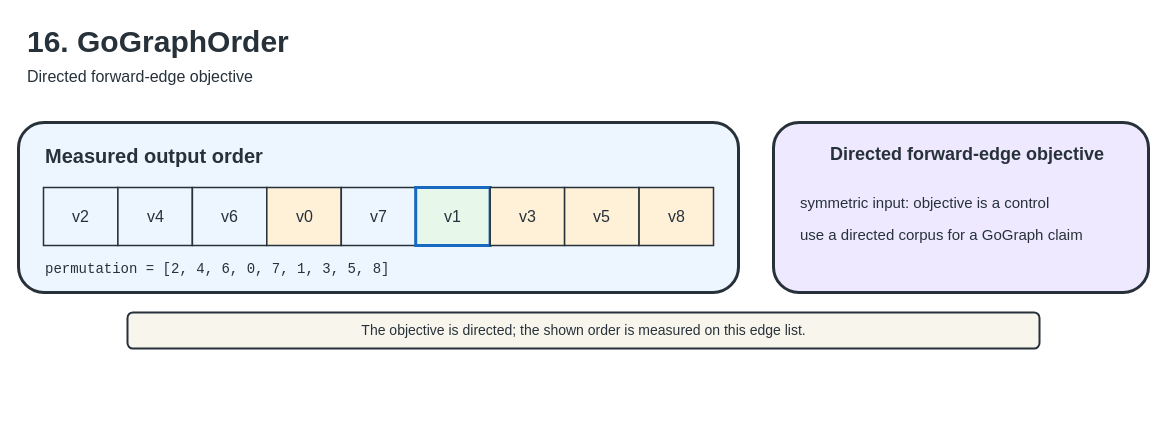
Before: docs/figures/editable/16-gographorder.drawio in UVA-LavaLab/GraphBrew, a draw.io diagram. Source tidied: cells renumbered, new cells numbered last; positions are measured from the earlier drawing's top-left corner, leaving out a move shared by most shapes. Both pictures are drawn from the tidied source at 100%, with x=0, y=0 at pixel (18, 17).
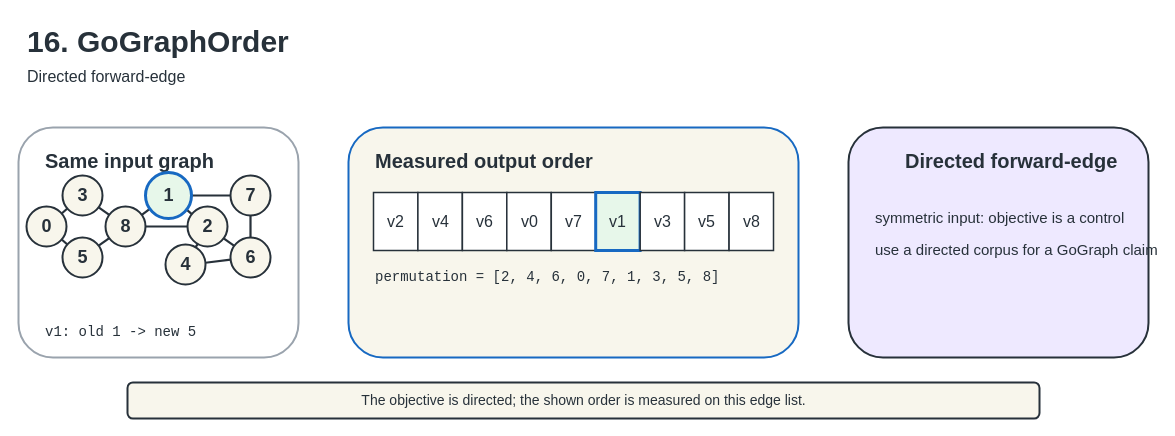
The same page after the edit.

Diff of the diagram source:
```diff
@@
-    <mxCell id="3" value="Directed forward-edge objective" style="text;html=1;strokeColor=none;fillColor=none;fontSize=16;fontColor=#27313A;" parent="1" vertex="1">
+    <mxCell id="3" value="Directed forward-edge" style="text;html=1;strokeColor=none;fillColor=none;fontSize=16;fontColor=#27313A;" parent="1" vertex="1">
       <mxGeometry x="7" y="43" width="1050" height="28" as="geometry" />
     </mxCell>
+    <mxCell id="21" style="rounded=1;html=1;fillColor=#FFFFFF;strokeColor=#9AA3AD;strokeWidth=2;" parent="1" vertex="1">
+      <mxGeometry y="110" width="280" height="230" as="geometry" />
+    </mxCell>
-    <mxCell id="4" style="rounded=1;html=1;fillColor=#EDF5FF;strokeColor=#27313A;strokeWidth=3;" parent="1" vertex="1">
-      <mxGeometry y="105" width="720" height="170" as="geometry" />
+    <mxCell id="4" style="rounded=1;html=1;fillColor=#F8F6EC;strokeColor=#1769C2;strokeWidth=2;" parent="1" vertex="1">
+      <mxGeometry x="330" y="110" width="450" height="230" as="geometry" />
     </mxCell>
-    <mxCell id="5" style="rounded=1;html=1;fillColor=#EEE9FF;strokeColor=#27313A;strokeWidth=3;" parent="1" vertex="1">
-      <mxGeometry x="755" y="105" width="375" height="170" as="geometry" />
+    <mxCell id="5" style="rounded=1;html=1;fillColor=#EEE9FF;strokeColor=#27313A;strokeWidth=2;" parent="1" vertex="1">
+      <mxGeometry x="830" y="110" width="300" height="230" as="geometry" />
     </mxCell>
+    <mxCell id="22" value="Same input graph" style="text;html=1;strokeColor=none;fillColor=none;fontSize=20;fontStyle=1;fontColor=#27313A;" parent="1" vertex="1">
+      <mxGeometry x="25" y="125" width="220" height="35" as="geometry" />
+    </mxCell>
     <mxCell id="6" value="Measured output order" style="text;html=1;strokeColor=none;fillColor=none;fontSize=20;fontStyle=1;fontColor=#27313A;" parent="1" vertex="1">
-      <mxGeometry x="25" y="120" width="300" height="35" as="geometry" />
+      <mxGeometry x="355" y="125" width="300" height="35" as="geometry" />
     </mxCell>
-    <mxCell id="7" value="Directed forward-edge objective" style="text;html=1;strokeColor=none;fillColor=none;fontSize=18;fontStyle=1;fontColor=#27313A;" parent="1" vertex="1">
-      <mxGeometry x="810" y="120" width="300" height="35" as="geometry" />
+    <mxCell id="7" value="Directed forward-edge" style="text;html=1;strokeColor=none;fillColor=none;fontSize=20;fontStyle=1;fontColor=#27313A;" parent="1" vertex="1">
+      <mxGeometry x="885" y="125" width="220" height="35" as="geometry" />
     </mxCell>
     <mxCell id="8" value="The objective is directed; the shown order is measured on this edge list." style="rounded=1;html=1;fillColor=#F8F6EC;strokeColor=#27313A;strokeWidth=2;fontSize=14;fontColor=#27313A;align=center;" parent="1" vertex="1">
-      <mxGeometry x="109" y="295" width="912" height="36" as="geometry" />
+      <mxGeometry x="109" y="365" width="912" height="36" as="geometry" />
     </mxCell>
+    <mxCell id="23" style="endArrow=none;html=1;rounded=0;strokeColor=#27313A;strokeWidth=2.2;" parent="1" edge="1" source="35" target="38">
+      <mxGeometry relative="1" as="geometry" />
+    </mxCell>
+    <mxCell id="24" style="endArrow=none;html=1;rounded=0;strokeColor=#27313A;strokeWidth=2.2;" parent="1" edge="1" source="35" target="40">
+      <mxGeometry relative="1" as="geometry" />
+    </mxCell>
+    <mxCell id="25" style="endArrow=none;html=1;rounded=0;strokeColor=#27313A;strokeWidth=2.2;" parent="1" edge="1" source="38" target="43">
+      <mxGeometry relative="1" as="geometry" />
+    </mxCell>
+    <mxCell id="26" style="endArrow=none;html=1;rounded=0;strokeColor=#27313A;strokeWidth=2.2;" parent="1" edge="1" source="40" target="43">
+      <mxGeometry relative="1" as="geometry" />
+    </mxCell>
+    <mxCell id="27" style="endArrow=none;html=1;rounded=0;strokeColor=#27313A;strokeWidth=2.2;" parent="1" edge="1" source="43" target="36">
+      <mxGeometry relative="1" as="geometry" />
+    </mxCell>
+    <mxCell id="28" style="endArrow=none;html=1;rounded=0;strokeColor=#27313A;strokeWidth=2.2;" parent="1" edge="1" source="43" target="37">
+      <mxGeometry relative="1" as="geometry" />
+    </mxCell>
+    <mxCell id="29" style="endArrow=none;html=1;rounded=0;strokeColor=#27313A;strokeWidth=2.2;" parent="1" edge="1" source="36" target="37">
+      <mxGeometry relative="1" as="geometry" />
+    </mxCell>
+    <mxCell id="30" style="endArrow=none;html=1;rounded=0;strokeColor=#27313A;strokeWidth=2.2;" parent="1" edge="1" source="36" target="42">
+      <mxGeometry relative="1" as="geometry" />
+    </mxCell>
+    <mxCell id="31" style="endArrow=none;html=1;rounded=0;strokeColor=#27313A;strokeWidth=2.2;" parent="1" edge="1" source="37" target="39">
+      <mxGeometry relative="1" as="geometry" />
+    </mxCell>
+    <mxCell id="32" style="endArrow=none;html=1;rounded=0;strokeColor=#27313A;strokeWidth=2.2;" parent="1" edge="1" source="37" target="41">
+      <mxGeometry relative="1" as="geometry" />
+    </mxCell>
+    <mxCell id="33" style="endArrow=none;html=1;rounded=0;strokeColor=#27313A;strokeWidth=2.2;" parent="1" edge="1" source="39" target="41">
+      <mxGeometry relative="1" as="geometry" />
+    </mxCell>
+    <mxCell id="34" style="endArrow=none;html=1;rounded=0;strokeColor=#27313A;strokeWidth=2.2;" parent="1" edge="1" source="41" target="42">
+      <mxGeometry relative="1" as="geometry" />
+    </mxCell>
+    <mxCell id="35" value="0" style="ellipse;html=1;align=center;fillColor=#F8F6EC;strokeColor=#27313A;strokeWidth=2;fontSize=18;fontStyle=1;fontColor=#27313A;" parent="1" vertex="1">
+      <mxGeometry x="8" y="189" width="40" height="40" as="geometry" />
+    </mxCell>
+    <mxCell id="36" value="1" style="ellipse;html=1;align=center;fillColor=#E7F7EA;strokeColor=#1769C2;strokeWidth=3;fontSize=18;fontStyle=1;fontColor=#27313A;" parent="1" vertex="1">
+      <mxGeometry x="127" y="155" width="46" height="46" as="geometry" />
+    </mxCell>
+    <mxCell id="37" value="2" style="ellipse;html=1;align=center;fillColor=#F8F6EC;strokeColor=#27313A;strokeWidth=2;fontSize=18;fontStyle=1;fontColor=#27313A;" parent="1" vertex="1">
+      <mxGeometry x="169" y="189" width="40" height="40" as="geometry" />
+    </mxCell>
+    <mxCell id="38" value="3" style="ellipse;html=1;align=center;fillColor=#F8F6EC;strokeColor=#27313A;strokeWidth=2;fontSize=18;fontStyle=1;fontColor=#27313A;" parent="1" vertex="1">
+      <mxGeometry x="44" y="158" width="40" height="40" as="geometry" />
+    </mxCell>
+    <mxCell id="39" value="4" style="ellipse;html=1;align=center;fillColor=#F8F6EC;strokeColor=#27313A;strokeWidth=2;fontSize=18;fontStyle=1;fontColor=#27313A;" parent="1" vertex="1">
+      <mxGeometry x="147" y="227" width="40" height="40" as="geometry" />
+    </mxCell>
+    <mxCell id="40" value="5" style="ellipse;html=1;align=center;fillColor=#F8F6EC;strokeColor=#27313A;strokeWidth=2;fontSize=18;fontStyle=1;fontColor=#27313A;" parent="1" vertex="1">
+      <mxGeometry x="44" y="220" width="40" height="40" as="geometry" />
+    </mxCell>
+    <mxCell id="41" value="6" style="ellipse;html=1;align=center;fillColor=#F8F6EC;strokeColor=#27313A;strokeWidth=2;fontSize=18;fontStyle=1;fontColor=#27313A;" parent="1" vertex="1">
+      <mxGeometry x="212" y="220" width="40" height="40" as="geometry" />
+    </mxCell>
+    <mxCell id="42" value="7" style="ellipse;html=1;align=center;fillColor=#F8F6EC;strokeColor=#27313A;strokeWidth=2;fontSize=18;fontStyle=1;fontColor=#27313A;" parent="1" vertex="1">
+      <mxGeometry x="212" y="158" width="40" height="40" as="geometry" />
+    </mxCell>
+    <mxCell id="43" value="8" style="ellipse;html=1;align=center;fillColor=#F8F6EC;strokeColor=#27313A;strokeWidth=2;fontSize=18;fontStyle=1;fontColor=#27313A;" parent="1" vertex="1">
+      <mxGeometry x="87" y="189" width="40" height="40" as="geometry" />
+    </mxCell>
+    <mxCell id="44" value="v1: old 1 -&gt; new 5" style="text;html=1;strokeColor=none;fillColor=none;fontSize=14;fontFamily=Consolas;fontColor=#27313A;" parent="1" vertex="1">
+      <mxGeometry x="25" y="300" width="230" height="28" as="geometry" />
+    </mxCell>
-    <mxCell id="9" value="v2" style="rounded=0;html=1;align=center;verticalAlign=middle;fillColor=#EDF5FF;strokeColor=#27313A;strokeWidth=1.5;fontSize=16;fontColor=#27313A;" parent="1" vertex="1">
-      <mxGeometry x="25" y="170" width="74.4" height="58" as="geometry" />
+    <mxCell id="9" value="v2" style="rounded=0;html=1;align=center;verticalAlign=middle;fillColor=#FFFFFF;strokeColor=#27313A;strokeWidth=1.5;fontSize=16;fontColor=#27313A;" parent="1" vertex="1">
+      <mxGeometry x="355" y="175" width="44.4" height="58" as="geometry" />
     </mxCell>
-    <mxCell id="10" value="v4" style="rounded=0;html=1;align=center;verticalAlign=middle;fillColor=#EDF5FF;strokeColor=#27313A;strokeWidth=1.5;fontSize=16;fontColor=#27313A;" parent="1" vertex="1">
-      <mxGeometry x="99.4" y="170" width="74.4" height="58" as="geometry" />
+    <mxCell id="10" value="v4" style="rounded=0;html=1;align=center;verticalAlign=middle;fillColor=#FFFFFF;strokeColor=#27313A;strokeWidth=1.5;fontSize=16;fontColor=#27313A;" parent="1" vertex="1">
+      <mxGeometry x="399.4" y="175" width="44.4" height="58" as="geometry" />
     </mxCell>
-    <mxCell id="11" value="v6" style="rounded=0;html=1;align=center;verticalAlign=middle;fillColor=#EDF5FF;strokeColor=#27313A;strokeWidth=1.5;fontSize=16;fontColor=#27313A;" parent="1" vertex="1">
-      <mxGeometry x="173.9" y="170" width="74.4" height="58" as="geometry" />
+    <mxCell id="11" value="v6" style="rounded=0;html=1;align=center;verticalAlign=middle;fillColor=#FFFFFF;strokeColor=#27313A;strokeWidth=1.5;fontSize=16;fontColor=#27313A;" parent="1" vertex="1">
+      <mxGeometry x="443.9" y="175" width="44.4" height="58" as="geometry" />
     </mxCell>
-    <mxCell id="12" value="v0" style="rounded=0;html=1;align=center;verticalAlign=middle;fillColor=#FFF0D8;strokeColor=#27313A;strokeWidth=1.5;fontSize=16;fontColor=#27313A;" parent="1" vertex="1">
-      <mxGeometry x="248.3" y="170" width="74.4" height="58" as="geometry" />
+    <mxCell id="12" value="v0" style="rounded=0;html=1;align=center;verticalAlign=middle;fillColor=#FFFFFF;strokeColor=#27313A;strokeWidth=1.5;fontSize=16;fontColor=#27313A;" parent="1" vertex="1">
+      <mxGeometry x="488.3" y="175" width="44.4" height="58" as="geometry" />
     </mxCell>
-    <mxCell id="13" value="v7" style="rounded=0;html=1;align=center;verticalAlign=middle;fillColor=#EDF5FF;strokeColor=#27313A;strokeWidth=1.5;fontSize=16;fontColor=#27313A;" parent="1" vertex="1">
-      <mxGeometry x="322.8" y="170" width="74.4" height="58" as="geometry" />
+    <mxCell id="13" value="v7" style="rounded=0;html=1;align=center;verticalAlign=middle;fillColor=#FFFFFF;strokeColor=#27313A;strokeWidth=1.5;fontSize=16;fontColor=#27313A;" parent="1" vertex="1">
+      <mxGeometry x="532.8" y="175" width="44.4" height="58" as="geometry" />
     </mxCell>
     <mxCell id="14" value="v1" style="rounded=0;html=1;align=center;verticalAlign=middle;fillColor=#E7F7EA;strokeColor=#1769C2;strokeWidth=3;fontSize=16;fontColor=#27313A;" parent="1" vertex="1">
-      <mxGeometry x="397.2" y="170" width="74.4" height="58" as="geometry" />
+      <mxGeometry x="577.2" y="175" width="44.4" height="58" as="geometry" />
     </mxCell>
-    <mxCell id="15" value="v3" style="rounded=0;html=1;align=center;verticalAlign=middle;fillColor=#FFF0D8;strokeColor=#27313A;strokeWidth=1.5;fontSize=16;fontColor=#27313A;" parent="1" vertex="1">
-      <mxGeometry x="471.7" y="170" width="74.4" height="58" as="geometry" />
+    <mxCell id="15" value="v3" style="rounded=0;html=1;align=center;verticalAlign=middle;fillColor=#FFFFFF;strokeColor=#27313A;strokeWidth=1.5;fontSize=16;fontColor=#27313A;" parent="1" vertex="1">
+      <mxGeometry x="621.7" y="175" width="44.4" height="58" as="geometry" />
     </mxCell>
-    <mxCell id="16" value="v5" style="rounded=0;html=1;align=center;verticalAlign=middle;fillColor=#FFF0D8;strokeColor=#27313A;strokeWidth=1.5;fontSize=16;fontColor=#27313A;" parent="1" vertex="1">
-      <mxGeometry x="546.1" y="170" width="74.4" height="58" as="geometry" />
+    <mxCell id="16" value="v5" style="rounded=0;html=1;align=center;verticalAlign=middle;fillColor=#FFFFFF;strokeColor=#27313A;strokeWidth=1.5;fontSize=16;fontColor=#27313A;" parent="1" vertex="1">
+      <mxGeometry x="666.1" y="175" width="44.4" height="58" as="geometry" />
     </mxCell>
-    <mxCell id="17" value="v8" style="rounded=0;html=1;align=center;verticalAlign=middle;fillColor=#FFF0D8;strokeColor=#27313A;strokeWidth=1.5;fontSize=16;fontColor=#27313A;" parent="1" vertex="1">
-      <mxGeometry x="620.6" y="170" width="74.4" height="58" as="geometry" />
+    <mxCell id="17" value="v8" style="rounded=0;html=1;align=center;verticalAlign=middle;fillColor=#FFFFFF;strokeColor=#27313A;strokeWidth=1.5;fontSize=16;fontColor=#27313A;" parent="1" vertex="1">
+      <mxGeometry x="710.6" y="175" width="44.4" height="58" as="geometry" />
     </mxCell>
     <mxCell id="18" value="permutation = [2, 4, 6, 0, 7, 1, 3, 5, 8]" style="text;html=1;strokeColor=none;fillColor=none;fontSize=14;fontFamily=Consolas;fontColor=#27313A;" parent="1" vertex="1">
-      <mxGeometry x="25" y="237" width="670" height="28" as="geometry" />
+      <mxGeometry x="355" y="245" width="400" height="28" as="geometry" />
     </mxCell>
     <mxCell id="19" value="symmetric input: objective is a control" style="text;html=1;strokeColor=none;fillColor=none;fontSize=15;fontColor=#27313A;" parent="1" vertex="1">
-      <mxGeometry x="780" y="170" width="325" height="28" as="geometry" />
+      <mxGeometry x="855" y="185" width="250" height="28" as="geometry" />
     </mxCell>
     <mxCell id="20" value="use a directed corpus for a GoGraph claim" style="text;html=1;strokeColor=none;fillColor=none;fontSize=15;fontColor=#27313A;" parent="1" vertex="1">
-      <mxGeometry x="780" y="202" width="325" height="28" as="geometry" />
+      <mxGeometry x="855" y="217" width="250" height="28" as="geometry" />
     </mxCell>
```
